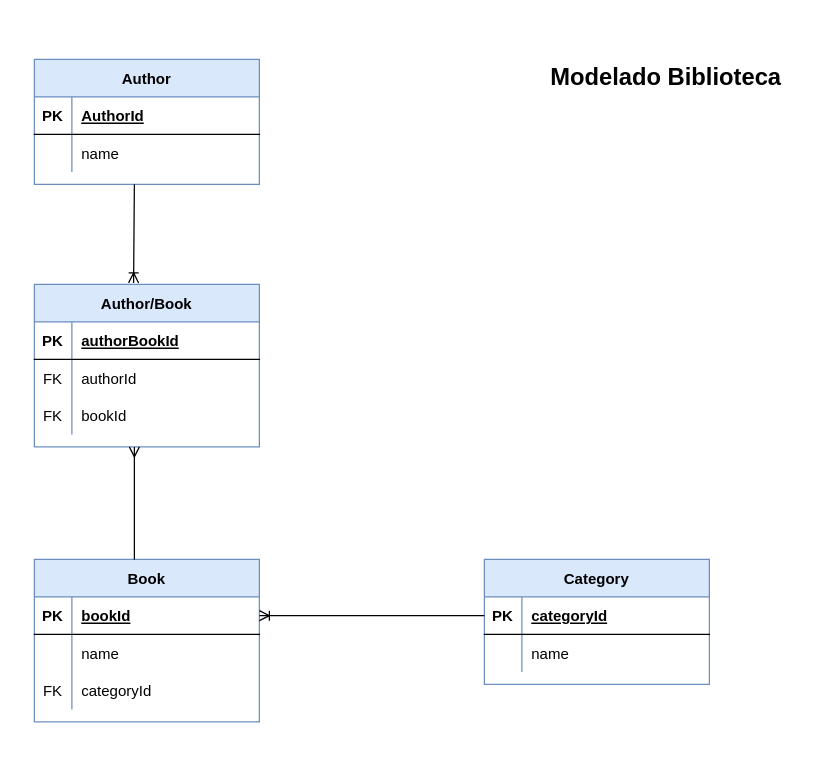
Earlier version of the draw.io diagram biblioteca/biblioteca.drawio (manudous/modelado-drawio). Source tidied: cells renumbered, new cells numbered last; positions are measured from the earlier drawing's top-left corner, leaving out a move shared by most shapes. Both pictures are drawn from the tidied source at 125%, with x=0, y=0 at pixel (34, 52).
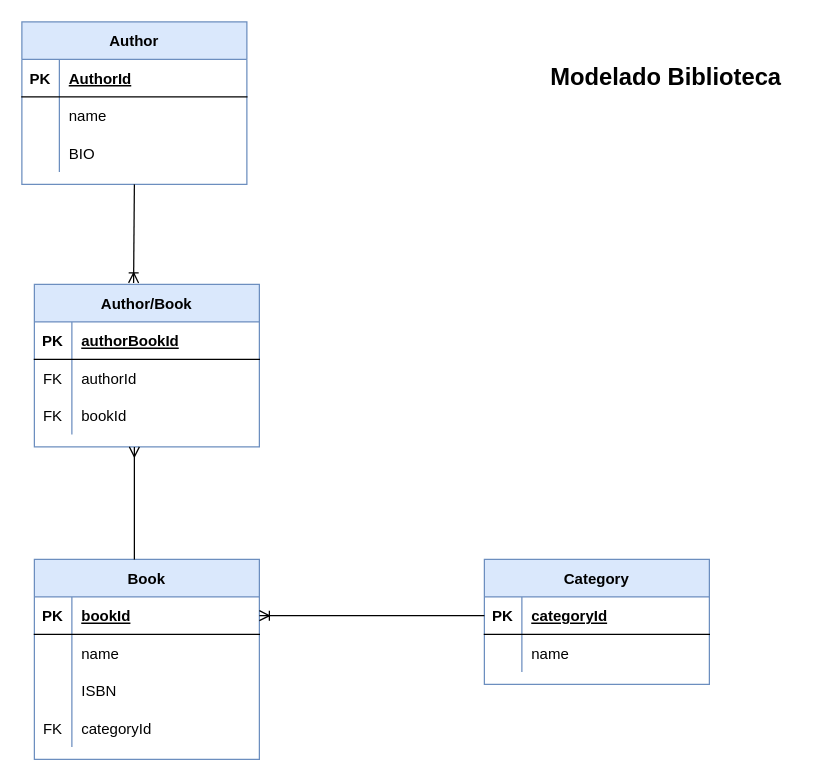
After the change.

Unchanged cells that the change refers to:
```xml
<mxCell id="26" style="shape=tableRow;horizontal=0;startSize=0;swimlaneHead=0;swimlaneBody=0;fillColor=none;top=0;left=0;right=0;bottom=0;" parent="19" vertex="1">
  <mxGeometry y="90" width="180" height="30" as="geometry" />
</mxCell>
```

Diff of the diagram source:
```diff
@@
     <mxCell id="12" value="Author" style="shape=table;startSize=30;childLayout=tableLayout;rowLines=0;fontStyle=1;align=center;fillColor=#dae8fc;strokeColor=#6c8ebf;" parent="1" vertex="1">
-      <mxGeometry y="5" width="180" height="100" as="geometry" />
+      <mxGeometry x="-10" y="-25" width="180" height="130" as="geometry" />
     </mxCell>
@@
+    <mxCell id="40" style="shape=tableRow;horizontal=0;startSize=0;swimlaneHead=0;swimlaneBody=0;fillColor=none;top=0;left=0;right=0;bottom=0;" parent="12" vertex="1">
+      <mxGeometry y="90" width="180" height="30" as="geometry" />
+    </mxCell>
+    <mxCell id="41" style="shape=partialRectangle;fillColor=none;top=0;left=0;bottom=0;right=0;overflow=hidden;" parent="40" vertex="1">
+      <mxGeometry width="30" height="30" as="geometry" />
+    </mxCell>
+    <mxCell id="42" value="BIO" style="shape=partialRectangle;fillColor=none;top=0;left=0;bottom=0;right=0;align=left;spacingLeft=6;overflow=hidden;" parent="40" vertex="1">
+      <mxGeometry x="30" width="150" height="30" as="geometry" />
+    </mxCell>
     <mxCell id="19" value="Book" style="shape=table;startSize=30;childLayout=tableLayout;rowLines=0;fontStyle=1;align=center;fillColor=#dae8fc;strokeColor=#6c8ebf;" parent="1" vertex="1">
-      <mxGeometry y="405" width="180" height="130" as="geometry" />
+      <mxGeometry y="405" width="180" height="160" as="geometry" />
     </mxCell>
@@
-    <mxCell id="27" value="FK" style="shape=partialRectangle;fillColor=none;top=0;left=0;bottom=0;right=0;overflow=hidden;" parent="26" vertex="1">
+    <mxCell id="27" style="shape=partialRectangle;fillColor=none;top=0;left=0;bottom=0;right=0;overflow=hidden;" parent="26" vertex="1">
       <mxGeometry width="30" height="30" as="geometry" />
     </mxCell>
-    <mxCell id="28" value="categoryId" style="shape=partialRectangle;fillColor=none;top=0;left=0;bottom=0;right=0;align=left;spacingLeft=6;overflow=hidden;" parent="26" vertex="1">
+    <mxCell id="28" value="ISBN" style="shape=partialRectangle;fillColor=none;top=0;left=0;bottom=0;right=0;align=left;spacingLeft=6;overflow=hidden;" parent="26" vertex="1">
       <mxGeometry x="30" width="150" height="30" as="geometry" />
     </mxCell>
+    <mxCell id="43" style="shape=tableRow;horizontal=0;startSize=0;swimlaneHead=0;swimlaneBody=0;fillColor=none;top=0;left=0;right=0;bottom=0;" parent="19" vertex="1">
+      <mxGeometry y="120" width="180" height="30" as="geometry" />
+    </mxCell>
+    <mxCell id="44" value="FK" style="shape=partialRectangle;fillColor=none;top=0;left=0;bottom=0;right=0;overflow=hidden;" parent="43" vertex="1">
+      <mxGeometry width="30" height="30" as="geometry" />
+    </mxCell>
+    <mxCell id="45" value="categoryId" style="shape=partialRectangle;fillColor=none;top=0;left=0;bottom=0;right=0;align=left;spacingLeft=6;overflow=hidden;" parent="43" vertex="1">
+      <mxGeometry x="30" width="150" height="30" as="geometry" />
+    </mxCell>
```
